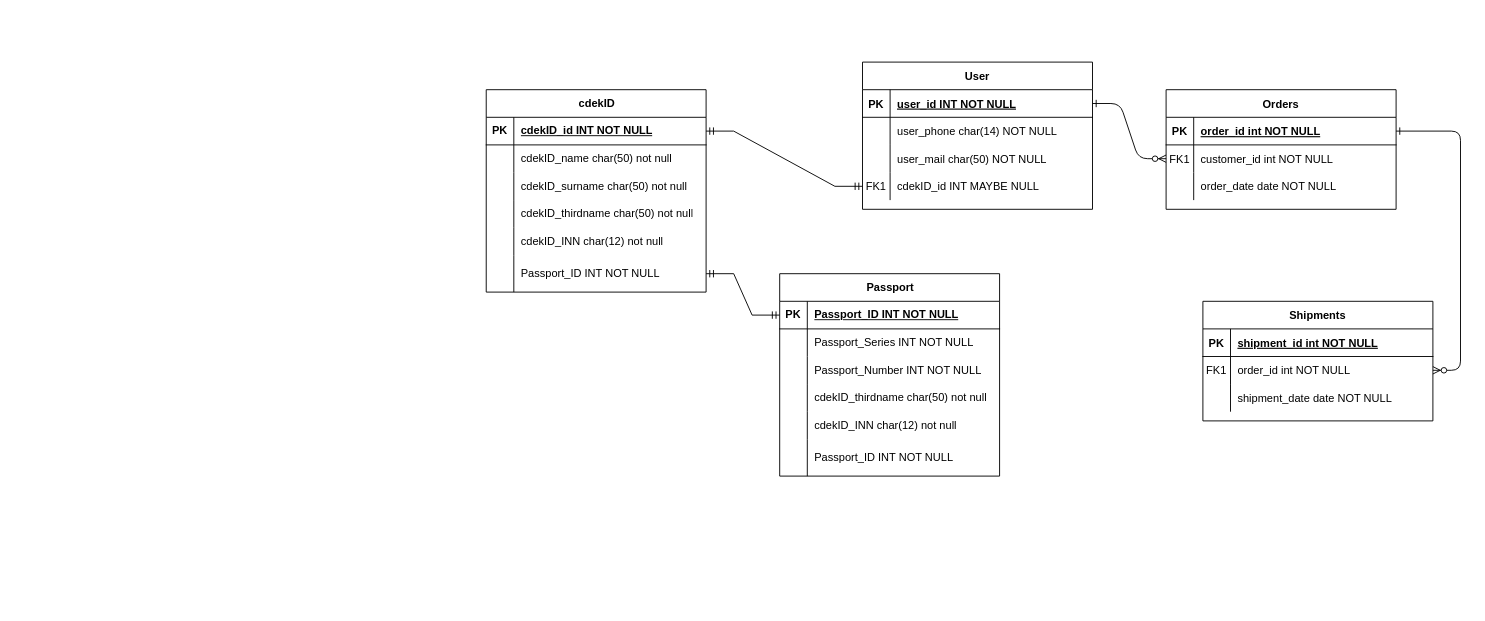
The draw.io diagram CDEK ER.drawio in krbyhome/UMLdiagrams, before the edit. Source tidied: cells renumbered, new cells numbered last; positions are measured from the earlier drawing's top-left corner, leaving out a move shared by most shapes. Both pictures are drawn from the tidied source at 92%, with x=0, y=0 at pixel (486, 62).
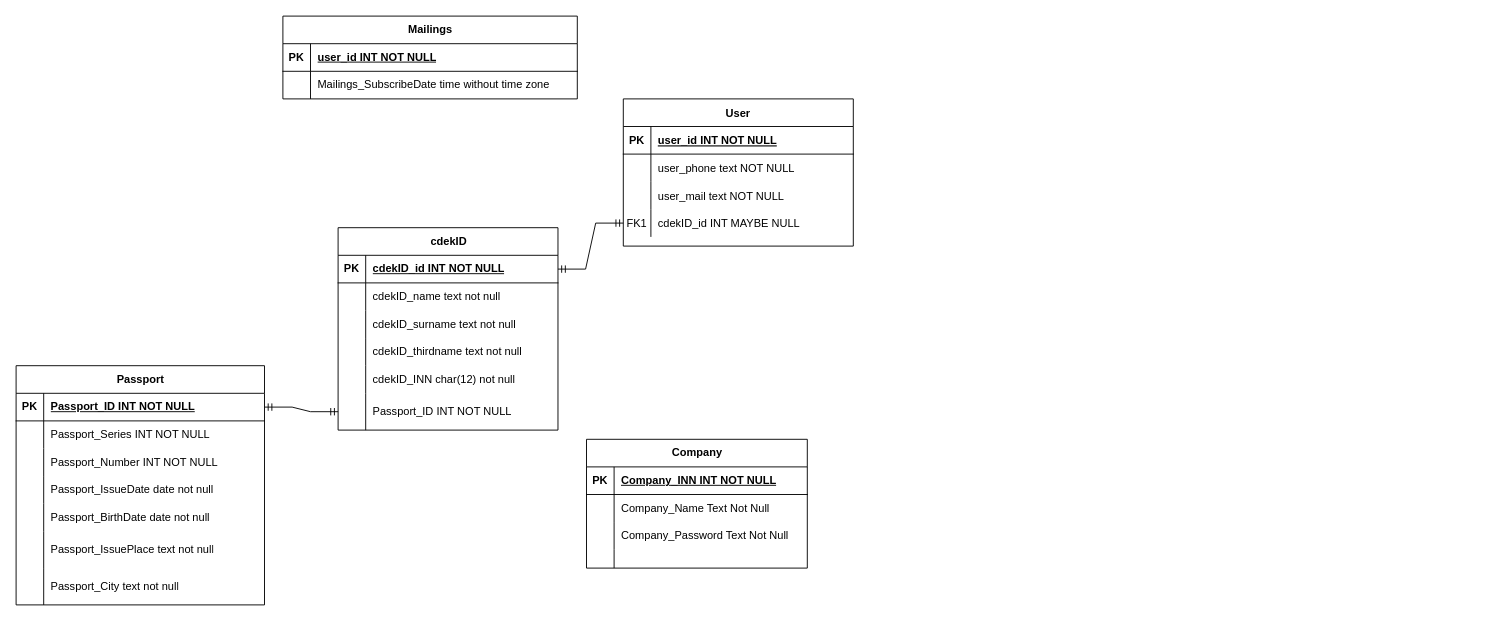
The same diagram, later.

The change refers to these unchanged cells:
```xml
<mxCell id="25" style="shape=partialRectangle;fillColor=none;points=[[0,0.5],[1,0.5]];portConstraint=eastwest;top=0;left=0;right=0;bottom=1;" parent="24" vertex="1">
  <mxGeometry y="30" width="250" height="30" as="geometry" />
</mxCell>
<mxCell id="28" style="shape=partialRectangle;fillColor=none;top=0;left=0;right=0;bottom=0;" parent="24" vertex="1">
  <mxGeometry y="60" width="250" height="30" as="geometry" />
</mxCell>
<mxCell id="31" style="shape=partialRectangle;fillColor=none;top=0;left=0;right=0;bottom=0;" parent="24" vertex="1">
  <mxGeometry y="90" width="250" height="30" as="geometry" />
</mxCell>
<mxCell id="42" style="shape=tableRow;horizontal=0;startSize=0;swimlaneHead=0;swimlaneBody=0;fillColor=none;top=0;left=0;right=0;bottom=0;" parent="38" vertex="1">
  <mxGeometry y="60" width="239" height="30" as="geometry" />
</mxCell>
<mxCell id="45" style="shape=tableRow;horizontal=0;startSize=0;swimlaneHead=0;swimlaneBody=0;fillColor=none;top=0;left=0;right=0;bottom=0;" parent="38" vertex="1">
  <mxGeometry y="90" width="239" height="30" as="geometry" />
</mxCell>
<mxCell id="48" style="shape=tableRow;horizontal=0;startSize=0;swimlaneHead=0;swimlaneBody=0;fillColor=none;top=0;left=0;right=0;bottom=0;" parent="38" vertex="1">
  <mxGeometry y="120" width="239" height="30" as="geometry" />
</mxCell>
<mxCell id="54" style="shape=tableRow;horizontal=0;startSize=0;swimlaneHead=0;swimlaneBody=0;fillColor=none;points=[[0,0.5],[1,0.5]];portConstraint=eastwest;top=0;left=0;right=0;bottom=0;" parent="38" vertex="1">
  <mxGeometry y="180" width="239" height="40" as="geometry" />
</mxCell>
```

What changed in the source:
```diff
@@
-    <mxCell id="2" style="edgeStyle=entityRelationEdgeStyle;endArrow=ERzeroToMany;startArrow=ERone;endFill=1;startFill=0;" parent="1" edge="1" source="25" target="8">
-      <mxGeometry relative="1" as="geometry" />
-    </mxCell>
-    <mxCell id="3" style="edgeStyle=entityRelationEdgeStyle;endArrow=ERzeroToMany;startArrow=ERone;endFill=1;startFill=0;" parent="1" edge="1" source="5" target="18">
-      <mxGeometry relative="1" as="geometry" />
-    </mxCell>
-    <mxCell id="4" value="Orders" style="shape=table;startSize=30;childLayout=tableLayout;rowLines=0;fontStyle=1;align=center;" parent="1" vertex="1">
-      <mxGeometry x="739" y="30" width="250" height="130" as="geometry" />
-    </mxCell>
-    <mxCell id="5" style="shape=partialRectangle;fillColor=none;points=[[0,0.5],[1,0.5]];portConstraint=eastwest;top=0;left=0;right=0;bottom=1;" parent="4" vertex="1">
-      <mxGeometry y="30" width="250" height="30" as="geometry" />
-    </mxCell>
-    <mxCell id="6" value="PK" style="shape=partialRectangle;overflow=hidden;fillColor=none;top=0;left=0;bottom=0;right=0;fontStyle=1;" parent="5" vertex="1">
-      <mxGeometry width="30" height="30" as="geometry" />
-    </mxCell>
-    <mxCell id="7" value="order_id int NOT NULL " style="shape=partialRectangle;overflow=hidden;fillColor=none;top=0;left=0;bottom=0;right=0;align=left;spacingLeft=6;fontStyle=5;" parent="5" vertex="1">
-      <mxGeometry x="30" width="220" height="30" as="geometry" />
-    </mxCell>
-    <mxCell id="8" style="shape=partialRectangle;fillColor=none;points=[[0,0.5],[1,0.5]];portConstraint=eastwest;top=0;left=0;right=0;bottom=0;" parent="4" vertex="1">
-      <mxGeometry y="60" width="250" height="30" as="geometry" />
-    </mxCell>
-    <mxCell id="9" value="FK1" style="shape=partialRectangle;overflow=hidden;fillColor=none;top=0;left=0;bottom=0;right=0;" parent="8" vertex="1">
-      <mxGeometry width="30" height="30" as="geometry" />
-    </mxCell>
-    <mxCell id="10" value="customer_id int NOT NULL" style="shape=partialRectangle;overflow=hidden;fillColor=none;top=0;left=0;bottom=0;right=0;align=left;spacingLeft=6;" parent="8" vertex="1">
-      <mxGeometry x="30" width="220" height="30" as="geometry" />
-    </mxCell>
-    <mxCell id="11" style="shape=partialRectangle;fillColor=none;top=0;left=0;right=0;bottom=0;" parent="4" vertex="1">
-      <mxGeometry y="90" width="250" height="30" as="geometry" />
-    </mxCell>
-    <mxCell id="12" style="shape=partialRectangle;overflow=hidden;fillColor=none;top=0;left=0;bottom=0;right=0;" parent="11" vertex="1">
-      <mxGeometry width="30" height="30" as="geometry" />
-    </mxCell>
-    <mxCell id="13" value="order_date date NOT NULL" style="shape=partialRectangle;overflow=hidden;fillColor=none;top=0;left=0;bottom=0;right=0;align=left;spacingLeft=6;" parent="11" vertex="1">
-      <mxGeometry x="30" width="220" height="30" as="geometry" />
-    </mxCell>
-    <mxCell id="14" value="Shipments" style="shape=table;startSize=30;childLayout=tableLayout;rowLines=0;fontStyle=1;align=center;" parent="1" vertex="1">
-      <mxGeometry x="779" y="260" width="250" height="130" as="geometry" />
-    </mxCell>
-    <mxCell id="15" style="shape=partialRectangle;fillColor=none;top=0;left=0;right=0;bottom=1;" parent="14" vertex="1">
-      <mxGeometry y="30" width="250" height="30" as="geometry" />
-    </mxCell>
-    <mxCell id="16" value="PK" style="shape=partialRectangle;overflow=hidden;fillColor=none;top=0;left=0;bottom=0;right=0;fontStyle=1;" parent="15" vertex="1">
-      <mxGeometry width="30" height="30" as="geometry" />
-    </mxCell>
-    <mxCell id="17" value="shipment_id int NOT NULL " style="shape=partialRectangle;overflow=hidden;fillColor=none;top=0;left=0;bottom=0;right=0;align=left;spacingLeft=6;fontStyle=5;" parent="15" vertex="1">
-      <mxGeometry x="30" width="220" height="30" as="geometry" />
-    </mxCell>
-    <mxCell id="18" style="shape=partialRectangle;fillColor=none;points=[[0,0.5],[1,0.5]];portConstraint=eastwest;top=0;left=0;right=0;bottom=0;" parent="14" vertex="1">
-      <mxGeometry y="60" width="250" height="30" as="geometry" />
-    </mxCell>
-    <mxCell id="19" value="FK1" style="shape=partialRectangle;overflow=hidden;fillColor=none;top=0;left=0;bottom=0;right=0;" parent="18" vertex="1">
-      <mxGeometry width="30" height="30" as="geometry" />
-    </mxCell>
-    <mxCell id="20" value="order_id int NOT NULL" style="shape=partialRectangle;overflow=hidden;fillColor=none;top=0;left=0;bottom=0;right=0;align=left;spacingLeft=6;" parent="18" vertex="1">
-      <mxGeometry x="30" width="220" height="30" as="geometry" />
-    </mxCell>
-    <mxCell id="21" style="shape=partialRectangle;fillColor=none;top=0;left=0;right=0;bottom=0;" parent="14" vertex="1">
-      <mxGeometry y="90" width="250" height="30" as="geometry" />
-    </mxCell>
-    <mxCell id="22" style="shape=partialRectangle;overflow=hidden;fillColor=none;top=0;left=0;bottom=0;right=0;" parent="21" vertex="1">
-      <mxGeometry width="30" height="30" as="geometry" />
-    </mxCell>
-    <mxCell id="23" value="shipment_date date NOT NULL" style="shape=partialRectangle;overflow=hidden;fillColor=none;top=0;left=0;bottom=0;right=0;align=left;spacingLeft=6;" parent="21" vertex="1">
-      <mxGeometry x="30" width="220" height="30" as="geometry" />
-    </mxCell>
     <mxCell id="24" value="User" style="shape=table;startSize=30;childLayout=tableLayout;rowLines=0;fontStyle=1;align=center;" parent="1" vertex="1">
-      <mxGeometry x="409" width="250" height="160" as="geometry" />
+      <mxGeometry x="149" y="40" width="250" height="160" as="geometry" />
     </mxCell>
@@
-    <mxCell id="30" value="user_phone char(14) NOT NULL" style="shape=partialRectangle;overflow=hidden;fillColor=none;top=0;left=0;bottom=0;right=0;align=left;spacingLeft=6;" parent="28" vertex="1">
+    <mxCell id="30" value="user_phone text NOT NULL" style="shape=partialRectangle;overflow=hidden;fillColor=none;top=0;left=0;bottom=0;right=0;align=left;spacingLeft=6;" parent="28" vertex="1">
       <mxGeometry x="30" width="220" height="30" as="geometry" />
     </mxCell>
@@
-    <mxCell id="33" value="user_mail char(50) NOT NULL" style="shape=partialRectangle;overflow=hidden;fillColor=none;top=0;left=0;bottom=0;right=0;align=left;spacingLeft=6;" parent="31" vertex="1">
+    <mxCell id="33" value="user_mail text NOT NULL" style="shape=partialRectangle;overflow=hidden;fillColor=none;top=0;left=0;bottom=0;right=0;align=left;spacingLeft=6;" parent="31" vertex="1">
       <mxGeometry x="30" width="220" height="30" as="geometry" />
     </mxCell>
@@
     <mxCell id="38" value="cdekID" style="shape=table;startSize=30;childLayout=tableLayout;rowLines=0;fontStyle=1;align=center;html=1;" parent="1" vertex="1">
-      <mxGeometry y="30" width="239" height="220" as="geometry" />
+      <mxGeometry x="-161" y="180" width="239" height="220" as="geometry" />
     </mxCell>
@@
-    <mxCell id="44" value="cdekID_name char(50) not null" style="shape=partialRectangle;fillColor=none;top=0;left=0;bottom=0;right=0;align=left;spacingLeft=6;overflow=hidden;whiteSpace=wrap;html=1;" parent="42" vertex="1">
+    <mxCell id="44" value="cdekID_name text not null" style="shape=partialRectangle;fillColor=none;top=0;left=0;bottom=0;right=0;align=left;spacingLeft=6;overflow=hidden;whiteSpace=wrap;html=1;" parent="42" vertex="1">
       <mxGeometry x="30" width="209" height="30" as="geometry" />
     </mxCell>
@@
-    <mxCell id="47" value="cdekID_surname char(50) not null" style="shape=partialRectangle;fillColor=none;top=0;left=0;bottom=0;right=0;align=left;spacingLeft=6;overflow=hidden;whiteSpace=wrap;html=1;" parent="45" vertex="1">
+    <mxCell id="47" value="cdekID_surname text not null" style="shape=partialRectangle;fillColor=none;top=0;left=0;bottom=0;right=0;align=left;spacingLeft=6;overflow=hidden;whiteSpace=wrap;html=1;" parent="45" vertex="1">
       <mxGeometry x="30" width="209" height="30" as="geometry" />
     </mxCell>
@@
-    <mxCell id="50" value="cdekID_thirdname char(50) not null" style="shape=partialRectangle;fillColor=none;top=0;left=0;bottom=0;right=0;align=left;spacingLeft=6;overflow=hidden;whiteSpace=wrap;html=1;" parent="48" vertex="1">
+    <mxCell id="50" value="cdekID_thirdname text not null" style="shape=partialRectangle;fillColor=none;top=0;left=0;bottom=0;right=0;align=left;spacingLeft=6;overflow=hidden;whiteSpace=wrap;html=1;" parent="48" vertex="1">
       <mxGeometry x="30" width="209" height="30" as="geometry" />
     </mxCell>
@@
     <mxCell id="57" value="Passport" style="shape=table;startSize=30;childLayout=tableLayout;rowLines=0;fontStyle=1;align=center;html=1;" parent="1" vertex="1">
-      <mxGeometry x="319" y="230" width="239" height="220" as="geometry" />
+      <mxGeometry x="-511" y="330" width="270" height="260" as="geometry" />
     </mxCell>
     <mxCell id="58" style="shape=tableRow;horizontal=0;startSize=0;swimlaneHead=0;swimlaneBody=0;fillColor=none;points=[[0,0.5],[1,0.5]];portConstraint=eastwest;top=0;left=0;right=0;bottom=1;" parent="57" vertex="1">
-      <mxGeometry y="30" width="239" height="30" as="geometry" />
+      <mxGeometry y="30" width="270" height="30" as="geometry" />
     </mxCell>
@@
     <mxCell id="60" value="Passport_ID INT NOT NULL" style="shape=partialRectangle;fillColor=none;top=0;left=0;bottom=0;right=0;align=left;spacingLeft=6;fontStyle=5;overflow=hidden;whiteSpace=wrap;html=1;" parent="58" vertex="1">
-      <mxGeometry x="30" width="209" height="30" as="geometry" />
+      <mxGeometry x="30" width="240" height="30" as="geometry" />
     </mxCell>
     <mxCell id="61" style="shape=tableRow;horizontal=0;startSize=0;swimlaneHead=0;swimlaneBody=0;fillColor=none;top=0;left=0;right=0;bottom=0;" parent="57" vertex="1">
-      <mxGeometry y="60" width="239" height="30" as="geometry" />
+      <mxGeometry y="60" width="270" height="30" as="geometry" />
     </mxCell>
@@
     <mxCell id="63" value="Passport_Series INT NOT NULL" style="shape=partialRectangle;fillColor=none;top=0;left=0;bottom=0;right=0;align=left;spacingLeft=6;overflow=hidden;whiteSpace=wrap;html=1;" parent="61" vertex="1">
-      <mxGeometry x="30" width="209" height="30" as="geometry" />
+      <mxGeometry x="30" width="240" height="30" as="geometry" />
     </mxCell>
     <mxCell id="64" style="shape=tableRow;horizontal=0;startSize=0;swimlaneHead=0;swimlaneBody=0;fillColor=none;top=0;left=0;right=0;bottom=0;" parent="57" vertex="1">
-      <mxGeometry y="90" width="239" height="30" as="geometry" />
+      <mxGeometry y="90" width="270" height="30" as="geometry" />
     </mxCell>
@@
     <mxCell id="66" value="Passport_Number INT NOT NULL" style="shape=partialRectangle;fillColor=none;top=0;left=0;bottom=0;right=0;align=left;spacingLeft=6;overflow=hidden;whiteSpace=wrap;html=1;" parent="64" vertex="1">
-      <mxGeometry x="30" width="209" height="30" as="geometry" />
+      <mxGeometry x="30" width="240" height="30" as="geometry" />
     </mxCell>
     <mxCell id="67" style="shape=tableRow;horizontal=0;startSize=0;swimlaneHead=0;swimlaneBody=0;fillColor=none;top=0;left=0;right=0;bottom=0;" parent="57" vertex="1">
-      <mxGeometry y="120" width="239" height="30" as="geometry" />
+      <mxGeometry y="120" width="270" height="30" as="geometry" />
     </mxCell>
@@
-    <mxCell id="69" value="cdekID_thirdname char(50) not null" style="shape=partialRectangle;fillColor=none;top=0;left=0;bottom=0;right=0;align=left;spacingLeft=6;overflow=hidden;whiteSpace=wrap;html=1;" parent="67" vertex="1">
-      <mxGeometry x="30" width="209" height="30" as="geometry" />
+    <mxCell id="69" value="Passport_IssueDate date not null" style="shape=partialRectangle;fillColor=none;top=0;left=0;bottom=0;right=0;align=left;spacingLeft=6;overflow=hidden;whiteSpace=wrap;html=1;" parent="67" vertex="1">
+      <mxGeometry x="30" width="240" height="30" as="geometry" />
     </mxCell>
     <mxCell id="70" style="shape=tableRow;horizontal=0;startSize=0;swimlaneHead=0;swimlaneBody=0;fillColor=none;top=0;left=0;right=0;bottom=0;" parent="57" vertex="1">
-      <mxGeometry y="150" width="239" height="30" as="geometry" />
+      <mxGeometry y="150" width="270" height="30" as="geometry" />
     </mxCell>
@@
-    <mxCell id="72" value="cdekID_INN char(12) not null" style="shape=partialRectangle;fillColor=none;top=0;left=0;bottom=0;right=0;align=left;spacingLeft=6;overflow=hidden;whiteSpace=wrap;html=1;" parent="70" vertex="1">
-      <mxGeometry x="30" width="209" height="30" as="geometry" />
+    <mxCell id="72" value="Passport_BirthDate date not null" style="shape=partialRectangle;fillColor=none;top=0;left=0;bottom=0;right=0;align=left;spacingLeft=6;overflow=hidden;whiteSpace=wrap;html=1;" parent="70" vertex="1">
+      <mxGeometry x="30" width="240" height="30" as="geometry" />
     </mxCell>
     <mxCell id="73" style="shape=tableRow;horizontal=0;startSize=0;swimlaneHead=0;swimlaneBody=0;fillColor=none;top=0;left=0;right=0;bottom=0;" parent="57" vertex="1">
-      <mxGeometry y="180" width="239" height="40" as="geometry" />
+      <mxGeometry y="180" width="270" height="40" as="geometry" />
     </mxCell>
@@
-    <mxCell id="75" value="Passport_ID INT NOT NULL" style="shape=partialRectangle;fillColor=none;top=0;left=0;bottom=0;right=0;align=left;spacingLeft=6;overflow=hidden;whiteSpace=wrap;html=1;" parent="73" vertex="1">
-      <mxGeometry x="30" width="209" height="40" as="geometry" />
+    <mxCell id="75" value="Passport_IssuePlace text not null" style="shape=partialRectangle;fillColor=none;top=0;left=0;bottom=0;right=0;align=left;spacingLeft=6;overflow=hidden;whiteSpace=wrap;html=1;" parent="73" vertex="1">
+      <mxGeometry x="30" width="240" height="40" as="geometry" />
     </mxCell>
+    <mxCell id="77" style="shape=tableRow;horizontal=0;startSize=0;swimlaneHead=0;swimlaneBody=0;fillColor=none;top=0;left=0;right=0;bottom=0;" parent="57" vertex="1">
+      <mxGeometry y="220" width="270" height="40" as="geometry" />
+    </mxCell>
+    <mxCell id="78" style="shape=partialRectangle;fillColor=none;top=0;left=0;bottom=0;right=0;overflow=hidden;whiteSpace=wrap;html=1;" parent="77" vertex="1">
+      <mxGeometry width="30" height="40" as="geometry" />
+    </mxCell>
+    <mxCell id="79" value="Passport_City text not null" style="shape=partialRectangle;fillColor=none;top=0;left=0;bottom=0;right=0;align=left;spacingLeft=6;overflow=hidden;whiteSpace=wrap;html=1;" parent="77" vertex="1">
+      <mxGeometry x="30" width="240" height="40" as="geometry" />
+    </mxCell>
-    <mxCell id="76" style="edgeStyle=entityRelationEdgeStyle;fontSize=12;html=1;endArrow=ERmandOne;startArrow=ERmandOne;rounded=0;exitX=0;exitY=0.5;exitDx=0;exitDy=0;" parent="1" edge="1" source="58" target="54">
+    <mxCell id="76" style="edgeStyle=entityRelationEdgeStyle;fontSize=12;html=1;endArrow=ERmandOne;startArrow=ERmandOne;rounded=0;" parent="1" edge="1" source="58" target="54">
       <mxGeometry relative="1" as="geometry" />
     </mxCell>
+    <mxCell id="80" value="Company" style="shape=table;startSize=30;childLayout=tableLayout;rowLines=0;fontStyle=1;align=center;html=1;" parent="1" vertex="1">
+      <mxGeometry x="109" y="410" width="240" height="140" as="geometry" />
+    </mxCell>
+    <mxCell id="81" style="shape=tableRow;horizontal=0;startSize=0;swimlaneHead=0;swimlaneBody=0;fillColor=none;top=0;left=0;right=0;bottom=1;" parent="80" vertex="1">
+      <mxGeometry y="30" width="240" height="30" as="geometry" />
+    </mxCell>
+    <mxCell id="82" value="PK" style="shape=partialRectangle;fillColor=none;top=0;left=0;bottom=0;right=0;fontStyle=1;overflow=hidden;whiteSpace=wrap;html=1;" parent="81" vertex="1">
+      <mxGeometry width="30" height="30" as="geometry" />
+    </mxCell>
+    <mxCell id="83" value="Company_INN INT NOT NULL" style="shape=partialRectangle;fillColor=none;top=0;left=0;bottom=0;right=0;align=left;spacingLeft=6;fontStyle=5;overflow=hidden;whiteSpace=wrap;html=1;" parent="81" vertex="1">
+      <mxGeometry x="30" width="210" height="30" as="geometry" />
+    </mxCell>
+    <mxCell id="84" style="shape=tableRow;horizontal=0;startSize=0;swimlaneHead=0;swimlaneBody=0;fillColor=none;top=0;left=0;right=0;bottom=0;" parent="80" vertex="1">
+      <mxGeometry y="60" width="240" height="30" as="geometry" />
+    </mxCell>
+    <mxCell id="85" style="shape=partialRectangle;fillColor=none;top=0;left=0;bottom=0;right=0;overflow=hidden;whiteSpace=wrap;html=1;" parent="84" vertex="1">
+      <mxGeometry width="30" height="30" as="geometry" />
+    </mxCell>
+    <mxCell id="86" value="Company_Name Text Not Null" style="shape=partialRectangle;fillColor=none;top=0;left=0;bottom=0;right=0;align=left;spacingLeft=6;overflow=hidden;whiteSpace=wrap;html=1;" parent="84" vertex="1">
+      <mxGeometry x="30" width="210" height="30" as="geometry" />
+    </mxCell>
+    <mxCell id="87" style="shape=tableRow;horizontal=0;startSize=0;swimlaneHead=0;swimlaneBody=0;fillColor=none;top=0;left=0;right=0;bottom=0;" parent="80" vertex="1">
+      <mxGeometry y="90" width="240" height="30" as="geometry" />
+    </mxCell>
+    <mxCell id="88" style="shape=partialRectangle;fillColor=none;top=0;left=0;bottom=0;right=0;overflow=hidden;whiteSpace=wrap;html=1;" parent="87" vertex="1">
+      <mxGeometry width="30" height="30" as="geometry" />
+    </mxCell>
+    <mxCell id="89" value="Company_Password Text Not Null" style="shape=partialRectangle;fillColor=none;top=0;left=0;bottom=0;right=0;align=left;spacingLeft=6;overflow=hidden;whiteSpace=wrap;html=1;" parent="87" vertex="1">
+      <mxGeometry x="30" width="210" height="30" as="geometry" />
+    </mxCell>
+    <mxCell id="90" style="shape=tableRow;horizontal=0;startSize=0;swimlaneHead=0;swimlaneBody=0;fillColor=none;top=0;left=0;right=0;bottom=0;" parent="80" vertex="1">
+      <mxGeometry y="120" width="240" height="20" as="geometry" />
+    </mxCell>
+    <mxCell id="91" style="shape=partialRectangle;fillColor=none;top=0;left=0;bottom=0;right=0;overflow=hidden;whiteSpace=wrap;html=1;" parent="90" vertex="1">
+      <mxGeometry width="30" height="20" as="geometry" />
+    </mxCell>
+    <mxCell id="92" style="shape=partialRectangle;fillColor=none;top=0;left=0;bottom=0;right=0;align=left;spacingLeft=6;overflow=hidden;whiteSpace=wrap;html=1;" parent="90" vertex="1">
+      <mxGeometry x="30" width="210" height="20" as="geometry" />
+    </mxCell>
+    <mxCell id="93" value="Mailings" style="shape=table;startSize=30;childLayout=tableLayout;rowLines=0;fontStyle=1;align=center;html=1;" parent="1" vertex="1">
+      <mxGeometry x="-221" y="-50" width="320" height="90" as="geometry" />
+    </mxCell>
+    <mxCell id="94" style="shape=tableRow;horizontal=0;startSize=0;swimlaneHead=0;swimlaneBody=0;fillColor=none;top=0;left=0;right=0;bottom=1;" parent="93" vertex="1">
+      <mxGeometry y="30" width="320" height="30" as="geometry" />
+    </mxCell>
+    <mxCell id="95" value="PK" style="shape=partialRectangle;fillColor=none;top=0;left=0;bottom=0;right=0;fontStyle=1;overflow=hidden;whiteSpace=wrap;html=1;" parent="94" vertex="1">
+      <mxGeometry width="30" height="30" as="geometry" />
+    </mxCell>
+    <mxCell id="96" value="user_id INT NOT NULL" style="shape=partialRectangle;fillColor=none;top=0;left=0;bottom=0;right=0;align=left;spacingLeft=6;fontStyle=5;overflow=hidden;whiteSpace=wrap;html=1;" parent="94" vertex="1">
+      <mxGeometry x="30" width="290" height="30" as="geometry" />
+    </mxCell>
+    <mxCell id="97" style="shape=tableRow;horizontal=0;startSize=0;swimlaneHead=0;swimlaneBody=0;fillColor=none;top=0;left=0;right=0;bottom=0;" parent="93" vertex="1">
+      <mxGeometry y="60" width="320" height="30" as="geometry" />
+    </mxCell>
+    <mxCell id="98" style="shape=partialRectangle;fillColor=none;top=0;left=0;bottom=0;right=0;overflow=hidden;whiteSpace=wrap;html=1;" parent="97" vertex="1">
+      <mxGeometry width="30" height="30" as="geometry" />
+    </mxCell>
+    <mxCell id="99" value="Mailings_SubscribeDate time without time zone" style="shape=partialRectangle;fillColor=none;top=0;left=0;bottom=0;right=0;align=left;spacingLeft=6;overflow=hidden;whiteSpace=wrap;html=1;" parent="97" vertex="1">
+      <mxGeometry x="30" width="290" height="30" as="geometry" />
+    </mxCell>
```
